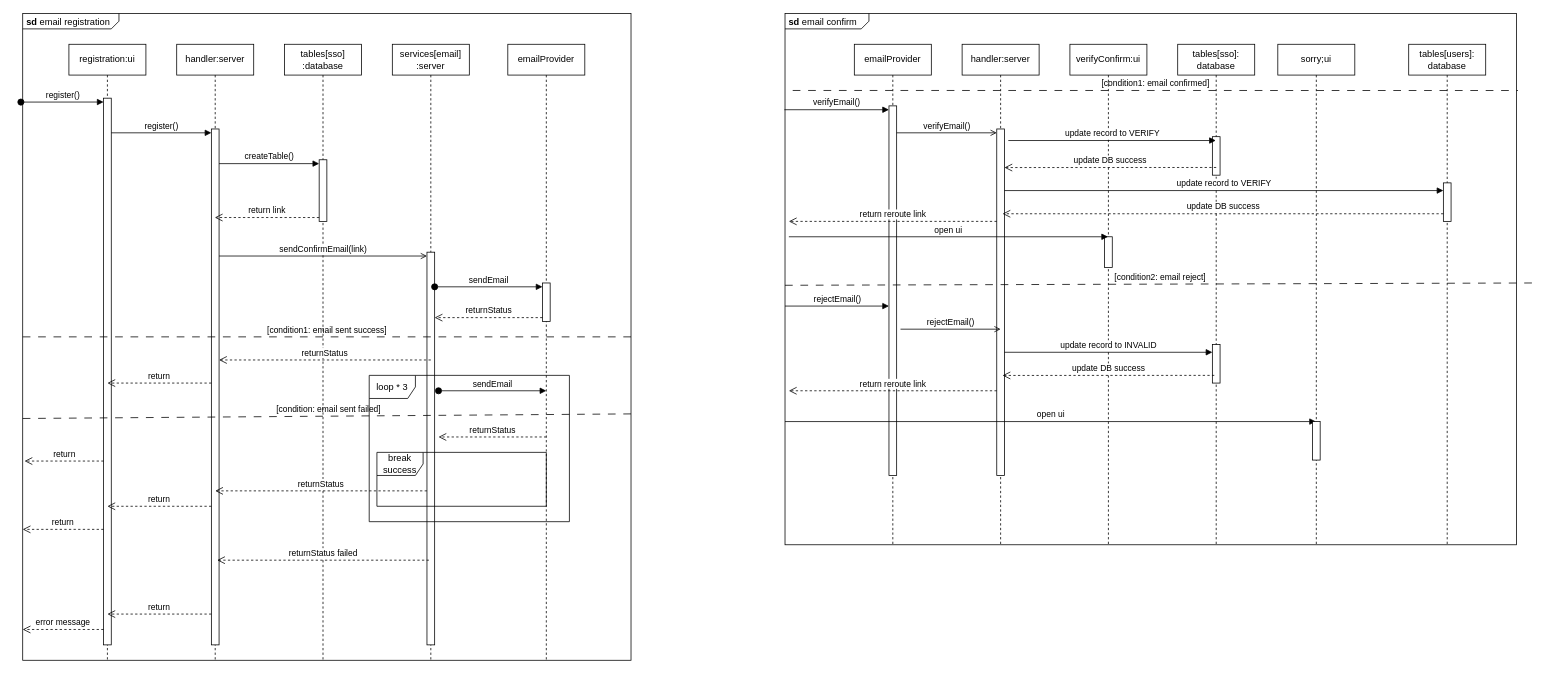
Earlier version of the draw.io diagram sd/auth/behavioral/email-registration-sequence.drawio (hdthinh1012/note-taking-web-app). Source tidied: cells renumbered, new cells numbered last; positions are measured from the earlier drawing's top-left corner, leaving out a move shared by most shapes. Both pictures are drawn from the tidied source at 77%, with x=0, y=0 at pixel (22, 13).
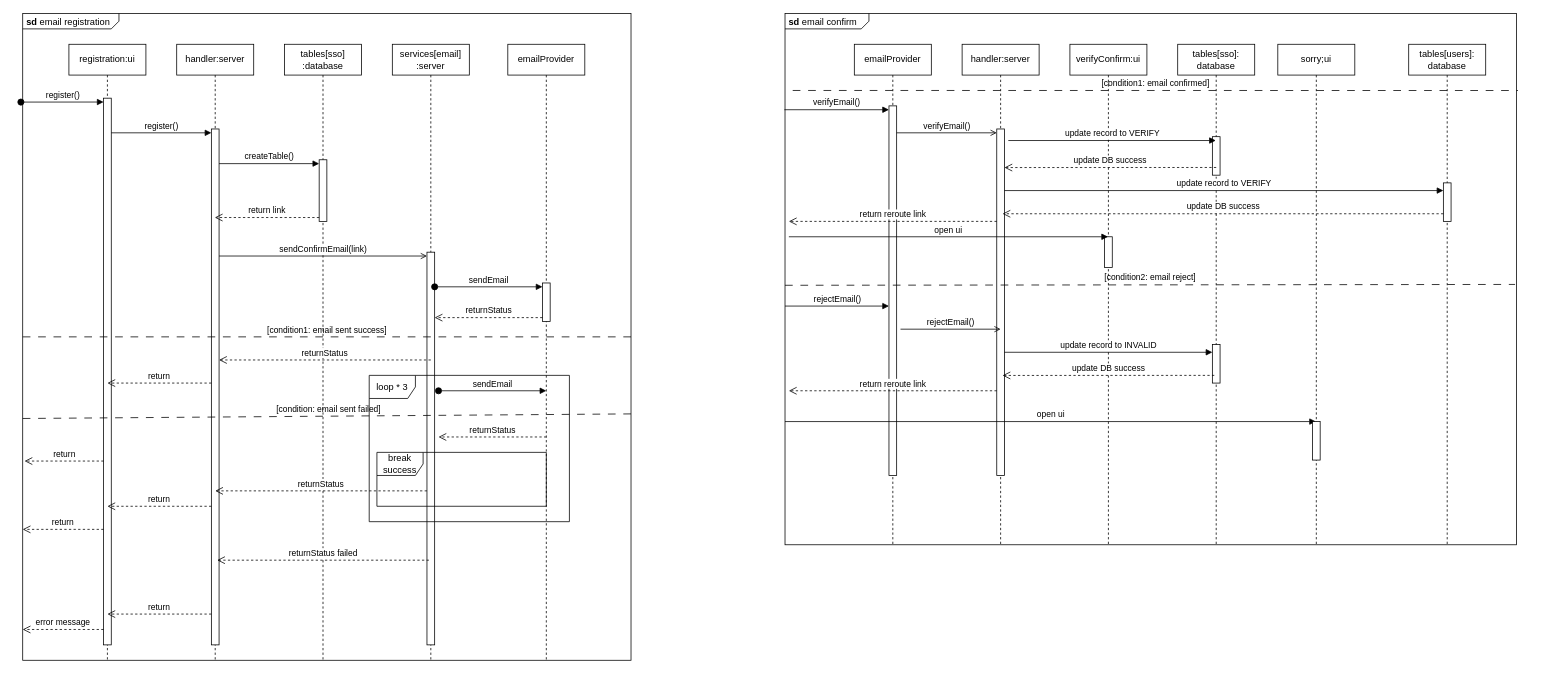
Above is the later version.

The change refers to these unchanged cells:
```xml
<mxCell id="2" value="&lt;p style=&quot;margin:0px;margin-top:4px;margin-left:5px;text-align:left;&quot;&gt;&lt;b&gt;sd&lt;/b&gt;&amp;nbsp;email confirm&lt;/p&gt;" style="html=1;shape=mxgraph.sysml.package;overflow=fill;labelX=109.92;align=left;spacingLeft=5;verticalAlign=top;spacingTop=-3;" parent="1" vertex="1">
  <mxGeometry x="990" width="950" height="690" as="geometry" />
</mxCell>
```

Diff of the diagram source:
```diff
@@
-    <mxCell id="52" value="[condition2: email reject]" style="endArrow=none;startArrow=none;endFill=0;startFill=0;endSize=8;html=1;verticalAlign=bottom;dashed=1;labelBackgroundColor=none;dashPattern=10 10;entryX=1.003;entryY=0.492;entryDx=0;entryDy=0;entryPerimeter=0;" parent="1" edge="1">
+    <mxCell id="52" value="[condition2: email reject]" style="endArrow=none;startArrow=none;endFill=0;startFill=0;endSize=8;html=1;verticalAlign=bottom;dashed=1;labelBackgroundColor=none;dashPattern=10 10;entryX=0.998;entryY=0.51;entryDx=0;entryDy=0;entryPerimeter=0;" parent="1" edge="1" target="2">
       <mxGeometry relative="1" as="geometry">
         <mxPoint x="990" y="353" as="sourcePoint" />
-        <mxPoint x="1963.1" y="350" as="targetPoint" />
       </mxGeometry>
     </mxCell>
```
